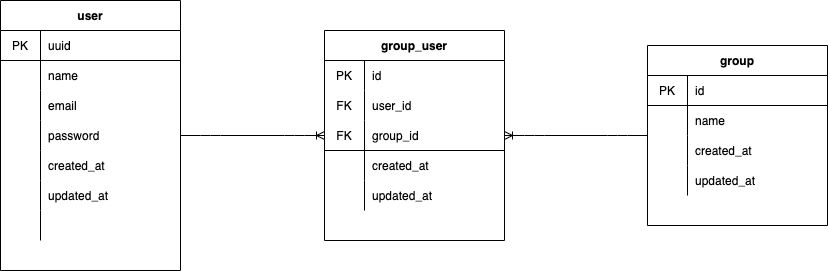
Before: document/db/user.drawio.png, a diagram exported from draw.io (Reimei1213/ShareReport). Source tidied: cells renumbered, new cells last; positions are measured from the earlier drawing's top-left corner, leaving out a move shared by most shapes. Source of this version:
```xml
<mxGraphModel>
  <root>
    <mxCell id="0" />
    <mxCell id="1" parent="0" />
    <mxCell id="2" value="user" style="shape=table;startSize=30;rowLines=0;fontStyle=1;align=center;" parent="1" vertex="1">
      <mxGeometry width="180" height="270" as="geometry" />
    </mxCell>
    <mxCell id="3" style="shape=partialRectangle;html=1;whiteSpace=wrap;fillColor=none;top=0;left=0;bottom=1;right=0;" parent="2" vertex="1">
      <mxGeometry y="30" width="180" height="30" as="geometry" />
    </mxCell>
    <mxCell id="4" value="PK" style="shape=partialRectangle;html=1;whiteSpace=wrap;fillColor=none;top=0;left=0;bottom=0;right=0;overflow=hidden;" parent="3" vertex="1">
      <mxGeometry width="40" height="30" as="geometry" />
    </mxCell>
    <mxCell id="5" value="uuid" style="shape=partialRectangle;html=1;whiteSpace=wrap;fillColor=none;top=0;left=0;bottom=0;right=0;align=left;spacingLeft=6;overflow=hidden;" parent="3" vertex="1">
      <mxGeometry x="40" width="140" height="30" as="geometry" />
    </mxCell>
    <mxCell id="6" style="shape=partialRectangle;html=1;whiteSpace=wrap;fillColor=none;top=0;left=0;bottom=0;right=0;" parent="2" vertex="1">
      <mxGeometry y="60" width="180" height="30" as="geometry" />
    </mxCell>
    <mxCell id="7" style="shape=partialRectangle;html=1;whiteSpace=wrap;fillColor=none;top=0;left=0;bottom=0;right=0;overflow=hidden;" parent="6" vertex="1">
      <mxGeometry width="40" height="30" as="geometry" />
    </mxCell>
    <mxCell id="8" value="name" style="shape=partialRectangle;html=1;whiteSpace=wrap;fillColor=none;top=0;left=0;bottom=0;right=0;align=left;spacingLeft=6;overflow=hidden;" parent="6" vertex="1">
      <mxGeometry x="40" width="140" height="30" as="geometry" />
    </mxCell>
    <mxCell id="9" style="shape=partialRectangle;html=1;whiteSpace=wrap;fillColor=none;top=0;left=0;bottom=0;right=0;" parent="2" vertex="1">
      <mxGeometry y="90" width="180" height="30" as="geometry" />
    </mxCell>
    <mxCell id="10" style="shape=partialRectangle;html=1;whiteSpace=wrap;fillColor=none;top=0;left=0;bottom=0;right=0;overflow=hidden;" parent="9" vertex="1">
      <mxGeometry width="40" height="30" as="geometry" />
    </mxCell>
    <mxCell id="11" value="email" style="shape=partialRectangle;html=1;whiteSpace=wrap;fillColor=none;top=0;left=0;bottom=0;right=0;align=left;spacingLeft=6;overflow=hidden;" parent="9" vertex="1">
      <mxGeometry x="40" width="140" height="30" as="geometry" />
    </mxCell>
    <mxCell id="12" style="shape=partialRectangle;html=1;whiteSpace=wrap;fillColor=none;top=0;left=0;bottom=0;right=0;" parent="2" vertex="1">
      <mxGeometry y="120" width="180" height="30" as="geometry" />
    </mxCell>
    <mxCell id="13" style="shape=partialRectangle;html=1;whiteSpace=wrap;fillColor=none;top=0;left=0;bottom=0;right=0;overflow=hidden;" parent="12" vertex="1">
      <mxGeometry width="40" height="30" as="geometry" />
    </mxCell>
    <mxCell id="14" value="password" style="shape=partialRectangle;html=1;whiteSpace=wrap;fillColor=none;top=0;left=0;bottom=0;right=0;align=left;spacingLeft=6;overflow=hidden;" parent="12" vertex="1">
      <mxGeometry x="40" width="140" height="30" as="geometry" />
    </mxCell>
    <mxCell id="15" style="shape=partialRectangle;html=1;whiteSpace=wrap;fillColor=none;top=0;left=0;bottom=0;right=0;" parent="2" vertex="1">
      <mxGeometry y="150" width="180" height="30" as="geometry" />
    </mxCell>
    <mxCell id="16" style="shape=partialRectangle;html=1;whiteSpace=wrap;fillColor=none;top=0;left=0;bottom=0;right=0;overflow=hidden;" parent="15" vertex="1">
      <mxGeometry width="40" height="30" as="geometry" />
    </mxCell>
    <mxCell id="17" value="created_at" style="shape=partialRectangle;html=1;whiteSpace=wrap;fillColor=none;top=0;left=0;bottom=0;right=0;align=left;spacingLeft=6;overflow=hidden;" parent="15" vertex="1">
      <mxGeometry x="40" width="140" height="30" as="geometry" />
    </mxCell>
    <mxCell id="18" style="shape=partialRectangle;html=1;whiteSpace=wrap;fillColor=none;top=0;left=0;bottom=0;right=0;" parent="2" vertex="1">
      <mxGeometry y="180" width="180" height="30" as="geometry" />
    </mxCell>
    <mxCell id="19" style="shape=partialRectangle;html=1;whiteSpace=wrap;fillColor=none;top=0;left=0;bottom=0;right=0;overflow=hidden;" parent="18" vertex="1">
      <mxGeometry width="40" height="30" as="geometry" />
    </mxCell>
    <mxCell id="20" value="updated_at" style="shape=partialRectangle;html=1;whiteSpace=wrap;fillColor=none;top=0;left=0;bottom=0;right=0;align=left;spacingLeft=6;overflow=hidden;" parent="18" vertex="1">
      <mxGeometry x="40" width="140" height="30" as="geometry" />
    </mxCell>
    <mxCell id="21" style="shape=partialRectangle;html=1;whiteSpace=wrap;fillColor=none;top=0;left=0;bottom=0;right=0;" parent="2" vertex="1">
      <mxGeometry y="210" width="180" height="30" as="geometry" />
    </mxCell>
    <mxCell id="22" style="shape=partialRectangle;html=1;whiteSpace=wrap;fillColor=none;top=0;left=0;bottom=0;right=0;overflow=hidden;" parent="21" vertex="1">
      <mxGeometry width="40" height="30" as="geometry" />
    </mxCell>
    <mxCell id="23" style="shape=partialRectangle;html=1;whiteSpace=wrap;fillColor=none;top=0;left=0;bottom=0;right=0;align=left;spacingLeft=6;overflow=hidden;" parent="21" vertex="1">
      <mxGeometry x="40" width="140" height="30" as="geometry" />
    </mxCell>
    <mxCell id="24" value="group" style="shape=table;startSize=30;rowLines=0;fontStyle=1;align=center;" parent="1" vertex="1">
      <mxGeometry x="647" y="45" width="180" height="180" as="geometry" />
    </mxCell>
    <mxCell id="25" style="shape=partialRectangle;html=1;whiteSpace=wrap;fillColor=none;top=0;left=0;bottom=1;right=0;" parent="24" vertex="1">
      <mxGeometry y="30" width="180" height="30" as="geometry" />
    </mxCell>
    <mxCell id="26" value="PK" style="shape=partialRectangle;html=1;whiteSpace=wrap;fillColor=none;top=0;left=0;bottom=0;right=0;overflow=hidden;" parent="25" vertex="1">
      <mxGeometry width="40" height="30" as="geometry" />
    </mxCell>
    <mxCell id="27" value="id" style="shape=partialRectangle;html=1;whiteSpace=wrap;fillColor=none;top=0;left=0;bottom=0;right=0;align=left;spacingLeft=6;overflow=hidden;" parent="25" vertex="1">
      <mxGeometry x="40" width="140" height="30" as="geometry" />
    </mxCell>
    <mxCell id="28" style="shape=partialRectangle;html=1;whiteSpace=wrap;fillColor=none;top=0;left=0;bottom=0;right=0;" parent="24" vertex="1">
      <mxGeometry y="60" width="180" height="30" as="geometry" />
    </mxCell>
    <mxCell id="29" style="shape=partialRectangle;html=1;whiteSpace=wrap;fillColor=none;top=0;left=0;bottom=0;right=0;overflow=hidden;" parent="28" vertex="1">
      <mxGeometry width="40" height="30" as="geometry" />
    </mxCell>
    <mxCell id="30" value="name" style="shape=partialRectangle;html=1;whiteSpace=wrap;fillColor=none;top=0;left=0;bottom=0;right=0;align=left;spacingLeft=6;overflow=hidden;" parent="28" vertex="1">
      <mxGeometry x="40" width="140" height="30" as="geometry" />
    </mxCell>
    <mxCell id="31" style="shape=partialRectangle;html=1;whiteSpace=wrap;fillColor=none;top=0;left=0;bottom=0;right=0;" parent="24" vertex="1">
      <mxGeometry y="90" width="180" height="30" as="geometry" />
    </mxCell>
    <mxCell id="32" style="shape=partialRectangle;html=1;whiteSpace=wrap;fillColor=none;top=0;left=0;bottom=0;right=0;overflow=hidden;" parent="31" vertex="1">
      <mxGeometry width="40" height="30" as="geometry" />
    </mxCell>
    <mxCell id="33" value="created_at" style="shape=partialRectangle;html=1;whiteSpace=wrap;fillColor=none;top=0;left=0;bottom=0;right=0;align=left;spacingLeft=6;overflow=hidden;" parent="31" vertex="1">
      <mxGeometry x="40" width="140" height="30" as="geometry" />
    </mxCell>
    <mxCell id="34" style="shape=partialRectangle;html=1;whiteSpace=wrap;fillColor=none;top=0;left=0;bottom=0;right=0;" parent="24" vertex="1">
      <mxGeometry y="120" width="180" height="30" as="geometry" />
    </mxCell>
    <mxCell id="35" style="shape=partialRectangle;html=1;whiteSpace=wrap;fillColor=none;top=0;left=0;bottom=0;right=0;overflow=hidden;" parent="34" vertex="1">
      <mxGeometry width="40" height="30" as="geometry" />
    </mxCell>
    <mxCell id="36" value="updated_at" style="shape=partialRectangle;html=1;whiteSpace=wrap;fillColor=none;top=0;left=0;bottom=0;right=0;align=left;spacingLeft=6;overflow=hidden;" parent="34" vertex="1">
      <mxGeometry x="40" width="140" height="30" as="geometry" />
    </mxCell>
    <mxCell id="37" style="edgeStyle=entityRelationEdgeStyle;fontSize=12;html=1;endArrow=ERoneToMany;" parent="1" edge="1" source="2" target="39">
      <mxGeometry relative="1" as="geometry" />
    </mxCell>
    <mxCell id="38" style="edgeStyle=entityRelationEdgeStyle;fontSize=12;html=1;endArrow=ERoneToMany;" parent="1" edge="1" source="24" target="39">
      <mxGeometry relative="1" as="geometry" />
    </mxCell>
    <mxCell id="39" value="group_user" style="shape=table;startSize=30;rowLines=0;fontStyle=1;align=center;" parent="1" vertex="1">
      <mxGeometry x="324" y="30" width="180" height="210" as="geometry" />
    </mxCell>
    <mxCell id="40" style="shape=partialRectangle;html=1;whiteSpace=wrap;fillColor=none;top=0;left=0;bottom=1;right=0;strokeColor=none;" parent="39" vertex="1">
      <mxGeometry y="30" width="180" height="30" as="geometry" />
    </mxCell>
    <mxCell id="41" value="PK" style="shape=partialRectangle;html=1;whiteSpace=wrap;fillColor=none;top=0;left=0;bottom=0;right=0;overflow=hidden;" parent="40" vertex="1">
      <mxGeometry width="40" height="30" as="geometry" />
    </mxCell>
    <mxCell id="42" value="id" style="shape=partialRectangle;html=1;whiteSpace=wrap;fillColor=none;top=0;left=0;bottom=0;right=0;align=left;spacingLeft=6;overflow=hidden;" parent="40" vertex="1">
      <mxGeometry x="40" width="140" height="30" as="geometry" />
    </mxCell>
    <mxCell id="43" style="shape=partialRectangle;html=1;whiteSpace=wrap;fillColor=none;top=0;left=0;bottom=1;right=0;labelBorderColor=none;strokeColor=none;" parent="39" vertex="1">
      <mxGeometry y="60" width="180" height="30" as="geometry" />
    </mxCell>
    <mxCell id="44" value="FK" style="shape=partialRectangle;html=1;whiteSpace=wrap;fillColor=none;top=0;left=0;bottom=0;right=0;overflow=hidden;" parent="43" vertex="1">
      <mxGeometry width="40" height="30" as="geometry" />
    </mxCell>
    <mxCell id="45" value="user_id" style="shape=partialRectangle;html=1;whiteSpace=wrap;fillColor=none;top=0;left=0;bottom=0;right=0;align=left;spacingLeft=6;overflow=hidden;" parent="43" vertex="1">
      <mxGeometry x="40" width="140" height="30" as="geometry" />
    </mxCell>
    <mxCell id="46" style="shape=partialRectangle;html=1;whiteSpace=wrap;fillColor=none;top=0;left=0;bottom=1;right=0;" parent="39" vertex="1">
      <mxGeometry y="90" width="180" height="30" as="geometry" />
    </mxCell>
    <mxCell id="47" value="FK" style="shape=partialRectangle;html=1;whiteSpace=wrap;fillColor=none;top=0;left=0;bottom=0;right=0;overflow=hidden;" parent="46" vertex="1">
      <mxGeometry width="40" height="30" as="geometry" />
    </mxCell>
    <mxCell id="48" value="group_id" style="shape=partialRectangle;html=1;whiteSpace=wrap;fillColor=none;top=0;left=0;bottom=0;right=0;align=left;spacingLeft=6;overflow=hidden;" parent="46" vertex="1">
      <mxGeometry x="40" width="140" height="30" as="geometry" />
    </mxCell>
    <mxCell id="49" style="shape=partialRectangle;html=1;whiteSpace=wrap;fillColor=none;top=0;left=0;bottom=0;right=0;" parent="39" vertex="1">
      <mxGeometry y="120" width="180" height="30" as="geometry" />
    </mxCell>
    <mxCell id="50" style="shape=partialRectangle;html=1;whiteSpace=wrap;fillColor=none;top=0;left=0;bottom=0;right=0;overflow=hidden;" parent="49" vertex="1">
      <mxGeometry width="40" height="30" as="geometry" />
    </mxCell>
    <mxCell id="51" value="created_at" style="shape=partialRectangle;html=1;whiteSpace=wrap;fillColor=none;top=0;left=0;bottom=0;right=0;align=left;spacingLeft=6;overflow=hidden;" parent="49" vertex="1">
      <mxGeometry x="40" width="140" height="30" as="geometry" />
    </mxCell>
    <mxCell id="52" style="shape=partialRectangle;html=1;whiteSpace=wrap;fillColor=none;top=0;left=0;bottom=0;right=0;" parent="39" vertex="1">
      <mxGeometry y="150" width="180" height="30" as="geometry" />
    </mxCell>
    <mxCell id="53" style="shape=partialRectangle;html=1;whiteSpace=wrap;fillColor=none;top=0;left=0;bottom=0;right=0;overflow=hidden;" parent="52" vertex="1">
      <mxGeometry width="40" height="30" as="geometry" />
    </mxCell>
    <mxCell id="54" value="updated_at" style="shape=partialRectangle;html=1;whiteSpace=wrap;fillColor=none;top=0;left=0;bottom=0;right=0;align=left;spacingLeft=6;overflow=hidden;" parent="52" vertex="1">
      <mxGeometry x="40" width="140" height="30" as="geometry" />
    </mxCell>
  </root>
</mxGraphModel>
```
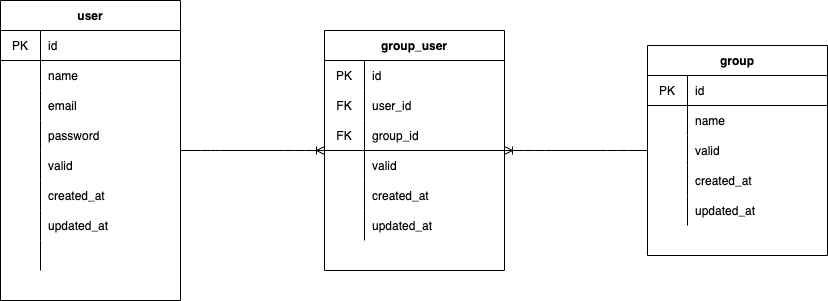
Later version of the same file.

Diff of the diagram source:
```diff
@@ -3,7 +3,7 @@
     <mxCell id="0" />
     <mxCell id="1" parent="0" />
     <mxCell id="2" value="user" style="shape=table;startSize=30;rowLines=0;fontStyle=1;align=center;" parent="1" vertex="1">
-      <mxGeometry width="180" height="270" as="geometry" />
+      <mxGeometry width="180" height="300" as="geometry" />
     </mxCell>
     <mxCell id="3" style="shape=partialRectangle;html=1;whiteSpace=wrap;fillColor=none;top=0;left=0;bottom=1;right=0;" parent="2" vertex="1">
       <mxGeometry y="30" width="180" height="30" as="geometry" />
@@ -11,7 +11,7 @@
     <mxCell id="4" value="PK" style="shape=partialRectangle;html=1;whiteSpace=wrap;fillColor=none;top=0;left=0;bottom=0;right=0;overflow=hidden;" parent="3" vertex="1">
       <mxGeometry width="40" height="30" as="geometry" />
     </mxCell>
-    <mxCell id="5" value="uuid" style="shape=partialRectangle;html=1;whiteSpace=wrap;fillColor=none;top=0;left=0;bottom=0;right=0;align=left;spacingLeft=6;overflow=hidden;" parent="3" vertex="1">
+    <mxCell id="5" value="id" style="shape=partialRectangle;html=1;whiteSpace=wrap;fillColor=none;top=0;left=0;bottom=0;right=0;align=left;spacingLeft=6;overflow=hidden;" parent="3" vertex="1">
       <mxGeometry x="40" width="140" height="30" as="geometry" />
     </mxCell>
     <mxCell id="6" style="shape=partialRectangle;html=1;whiteSpace=wrap;fillColor=none;top=0;left=0;bottom=0;right=0;" parent="2" vertex="1">
@@ -41,8 +41,17 @@
     <mxCell id="14" value="password" style="shape=partialRectangle;html=1;whiteSpace=wrap;fillColor=none;top=0;left=0;bottom=0;right=0;align=left;spacingLeft=6;overflow=hidden;" parent="12" vertex="1">
       <mxGeometry x="40" width="140" height="30" as="geometry" />
     </mxCell>
+    <mxCell id="55" style="shape=partialRectangle;html=1;whiteSpace=wrap;fillColor=none;top=0;left=0;bottom=0;right=0;" parent="2" vertex="1">
+      <mxGeometry y="150" width="180" height="30" as="geometry" />
+    </mxCell>
+    <mxCell id="56" style="shape=partialRectangle;html=1;whiteSpace=wrap;fillColor=none;top=0;left=0;bottom=0;right=0;overflow=hidden;" parent="55" vertex="1">
+      <mxGeometry width="40" height="30" as="geometry" />
+    </mxCell>
+    <mxCell id="57" value="valid" style="shape=partialRectangle;html=1;whiteSpace=wrap;fillColor=none;top=0;left=0;bottom=0;right=0;align=left;spacingLeft=6;overflow=hidden;" parent="55" vertex="1">
+      <mxGeometry x="40" width="140" height="30" as="geometry" />
+    </mxCell>
     <mxCell id="15" style="shape=partialRectangle;html=1;whiteSpace=wrap;fillColor=none;top=0;left=0;bottom=0;right=0;" parent="2" vertex="1">
-      <mxGeometry y="150" width="180" height="30" as="geometry" />
+      <mxGeometry y="180" width="180" height="30" as="geometry" />
     </mxCell>
     <mxCell id="16" style="shape=partialRectangle;html=1;whiteSpace=wrap;fillColor=none;top=0;left=0;bottom=0;right=0;overflow=hidden;" parent="15" vertex="1">
       <mxGeometry width="40" height="30" as="geometry" />
@@ -51,7 +60,7 @@
       <mxGeometry x="40" width="140" height="30" as="geometry" />
     </mxCell>
     <mxCell id="18" style="shape=partialRectangle;html=1;whiteSpace=wrap;fillColor=none;top=0;left=0;bottom=0;right=0;" parent="2" vertex="1">
-      <mxGeometry y="180" width="180" height="30" as="geometry" />
+      <mxGeometry y="210" width="180" height="30" as="geometry" />
     </mxCell>
     <mxCell id="19" style="shape=partialRectangle;html=1;whiteSpace=wrap;fillColor=none;top=0;left=0;bottom=0;right=0;overflow=hidden;" parent="18" vertex="1">
       <mxGeometry width="40" height="30" as="geometry" />
@@ -60,7 +69,7 @@
       <mxGeometry x="40" width="140" height="30" as="geometry" />
     </mxCell>
     <mxCell id="21" style="shape=partialRectangle;html=1;whiteSpace=wrap;fillColor=none;top=0;left=0;bottom=0;right=0;" parent="2" vertex="1">
-      <mxGeometry y="210" width="180" height="30" as="geometry" />
+      <mxGeometry y="240" width="180" height="30" as="geometry" />
     </mxCell>
     <mxCell id="22" style="shape=partialRectangle;html=1;whiteSpace=wrap;fillColor=none;top=0;left=0;bottom=0;right=0;overflow=hidden;" parent="21" vertex="1">
       <mxGeometry width="40" height="30" as="geometry" />
@@ -69,7 +78,7 @@
       <mxGeometry x="40" width="140" height="30" as="geometry" />
     </mxCell>
     <mxCell id="24" value="group" style="shape=table;startSize=30;rowLines=0;fontStyle=1;align=center;" parent="1" vertex="1">
-      <mxGeometry x="647" y="45" width="180" height="180" as="geometry" />
+      <mxGeometry x="647" y="45" width="180" height="210" as="geometry" />
     </mxCell>
     <mxCell id="25" style="shape=partialRectangle;html=1;whiteSpace=wrap;fillColor=none;top=0;left=0;bottom=1;right=0;" parent="24" vertex="1">
       <mxGeometry y="30" width="180" height="30" as="geometry" />
@@ -89,8 +98,17 @@
     <mxCell id="30" value="name" style="shape=partialRectangle;html=1;whiteSpace=wrap;fillColor=none;top=0;left=0;bottom=0;right=0;align=left;spacingLeft=6;overflow=hidden;" parent="28" vertex="1">
       <mxGeometry x="40" width="140" height="30" as="geometry" />
     </mxCell>
+    <mxCell id="58" style="shape=partialRectangle;html=1;whiteSpace=wrap;fillColor=none;top=0;left=0;bottom=0;right=0;" parent="24" vertex="1">
+      <mxGeometry y="90" width="180" height="30" as="geometry" />
+    </mxCell>
+    <mxCell id="59" style="shape=partialRectangle;html=1;whiteSpace=wrap;fillColor=none;top=0;left=0;bottom=0;right=0;overflow=hidden;" parent="58" vertex="1">
+      <mxGeometry width="40" height="30" as="geometry" />
+    </mxCell>
+    <mxCell id="60" value="valid" style="shape=partialRectangle;html=1;whiteSpace=wrap;fillColor=none;top=0;left=0;bottom=0;right=0;align=left;spacingLeft=6;overflow=hidden;" parent="58" vertex="1">
+      <mxGeometry x="40" width="140" height="30" as="geometry" />
+    </mxCell>
     <mxCell id="31" style="shape=partialRectangle;html=1;whiteSpace=wrap;fillColor=none;top=0;left=0;bottom=0;right=0;" parent="24" vertex="1">
-      <mxGeometry y="90" width="180" height="30" as="geometry" />
+      <mxGeometry y="120" width="180" height="30" as="geometry" />
     </mxCell>
     <mxCell id="32" style="shape=partialRectangle;html=1;whiteSpace=wrap;fillColor=none;top=0;left=0;bottom=0;right=0;overflow=hidden;" parent="31" vertex="1">
       <mxGeometry width="40" height="30" as="geometry" />
@@ -99,7 +117,7 @@
       <mxGeometry x="40" width="140" height="30" as="geometry" />
     </mxCell>
     <mxCell id="34" style="shape=partialRectangle;html=1;whiteSpace=wrap;fillColor=none;top=0;left=0;bottom=0;right=0;" parent="24" vertex="1">
-      <mxGeometry y="120" width="180" height="30" as="geometry" />
+      <mxGeometry y="150" width="180" height="30" as="geometry" />
     </mxCell>
     <mxCell id="35" style="shape=partialRectangle;html=1;whiteSpace=wrap;fillColor=none;top=0;left=0;bottom=0;right=0;overflow=hidden;" parent="34" vertex="1">
       <mxGeometry width="40" height="30" as="geometry" />
@@ -114,7 +132,7 @@
       <mxGeometry relative="1" as="geometry" />
     </mxCell>
     <mxCell id="39" value="group_user" style="shape=table;startSize=30;rowLines=0;fontStyle=1;align=center;" parent="1" vertex="1">
-      <mxGeometry x="324" y="30" width="180" height="210" as="geometry" />
+      <mxGeometry x="324" y="30" width="180" height="240" as="geometry" />
     </mxCell>
     <mxCell id="40" style="shape=partialRectangle;html=1;whiteSpace=wrap;fillColor=none;top=0;left=0;bottom=1;right=0;strokeColor=none;" parent="39" vertex="1">
       <mxGeometry y="30" width="180" height="30" as="geometry" />
@@ -143,8 +161,17 @@
     <mxCell id="48" value="group_id" style="shape=partialRectangle;html=1;whiteSpace=wrap;fillColor=none;top=0;left=0;bottom=0;right=0;align=left;spacingLeft=6;overflow=hidden;" parent="46" vertex="1">
       <mxGeometry x="40" width="140" height="30" as="geometry" />
     </mxCell>
+    <mxCell id="61" style="shape=partialRectangle;html=1;whiteSpace=wrap;fillColor=none;top=0;left=0;bottom=0;right=0;" parent="39" vertex="1">
+      <mxGeometry y="120" width="180" height="30" as="geometry" />
+    </mxCell>
+    <mxCell id="62" style="shape=partialRectangle;html=1;whiteSpace=wrap;fillColor=none;top=0;left=0;bottom=0;right=0;overflow=hidden;" parent="61" vertex="1">
+      <mxGeometry width="40" height="30" as="geometry" />
+    </mxCell>
+    <mxCell id="63" value="valid" style="shape=partialRectangle;html=1;whiteSpace=wrap;fillColor=none;top=0;left=0;bottom=0;right=0;align=left;spacingLeft=6;overflow=hidden;" parent="61" vertex="1">
+      <mxGeometry x="40" width="140" height="30" as="geometry" />
+    </mxCell>
     <mxCell id="49" style="shape=partialRectangle;html=1;whiteSpace=wrap;fillColor=none;top=0;left=0;bottom=0;right=0;" parent="39" vertex="1">
-      <mxGeometry y="120" width="180" height="30" as="geometry" />
+      <mxGeometry y="150" width="180" height="30" as="geometry" />
     </mxCell>
     <mxCell id="50" style="shape=partialRectangle;html=1;whiteSpace=wrap;fillColor=none;top=0;left=0;bottom=0;right=0;overflow=hidden;" parent="49" vertex="1">
       <mxGeometry width="40" height="30" as="geometry" />
@@ -153,7 +180,7 @@
       <mxGeometry x="40" width="140" height="30" as="geometry" />
     </mxCell>
     <mxCell id="52" style="shape=partialRectangle;html=1;whiteSpace=wrap;fillColor=none;top=0;left=0;bottom=0;right=0;" parent="39" vertex="1">
-      <mxGeometry y="150" width="180" height="30" as="geometry" />
+      <mxGeometry y="180" width="180" height="30" as="geometry" />
     </mxCell>
     <mxCell id="53" style="shape=partialRectangle;html=1;whiteSpace=wrap;fillColor=none;top=0;left=0;bottom=0;right=0;overflow=hidden;" parent="52" vertex="1">
       <mxGeometry width="40" height="30" as="geometry" />
```
